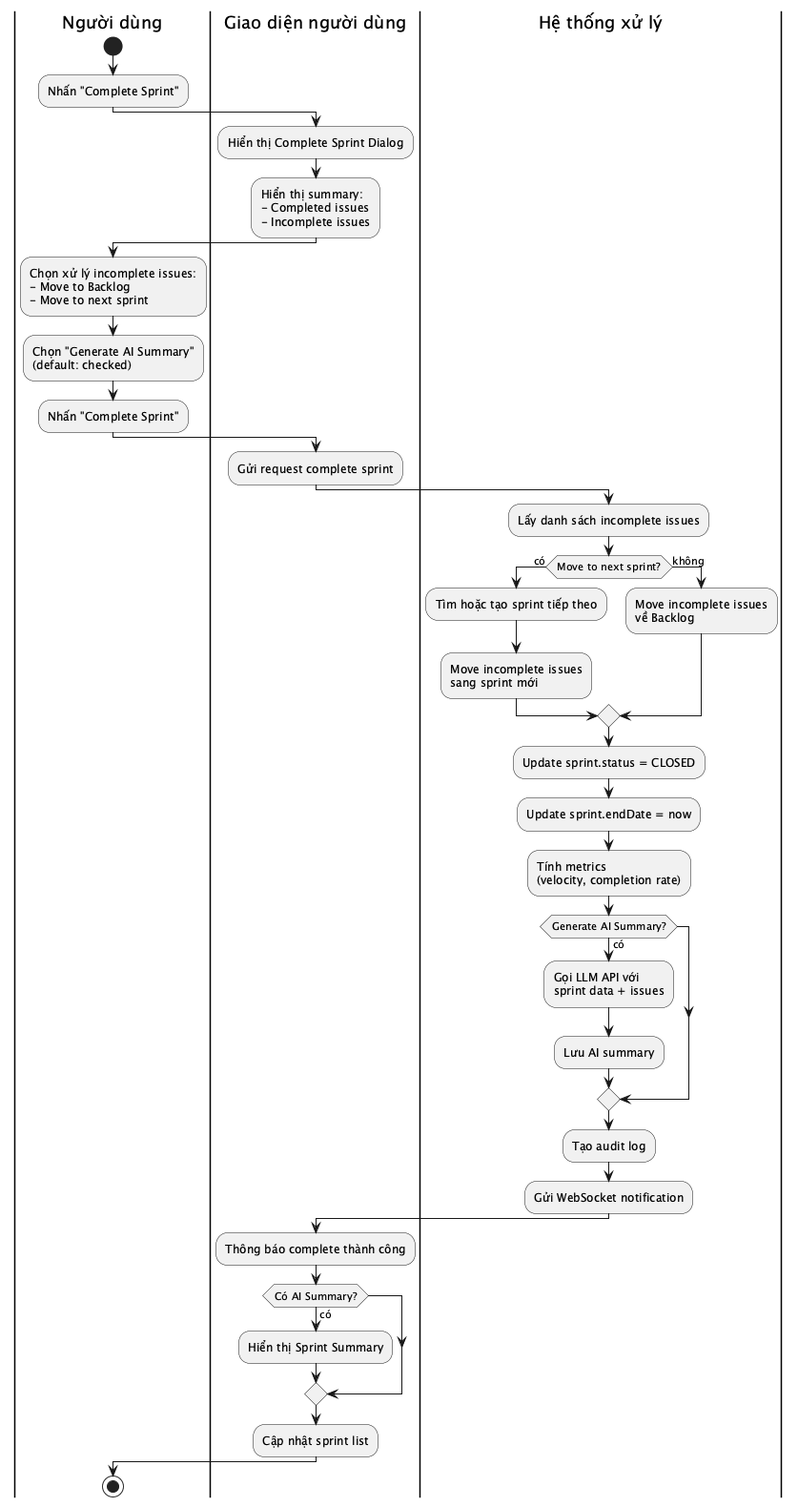
This is reports/dat-examples/report/images/act_complete_sprint.png from toantran292/datn, a PlantUML export, as it was before one commit.
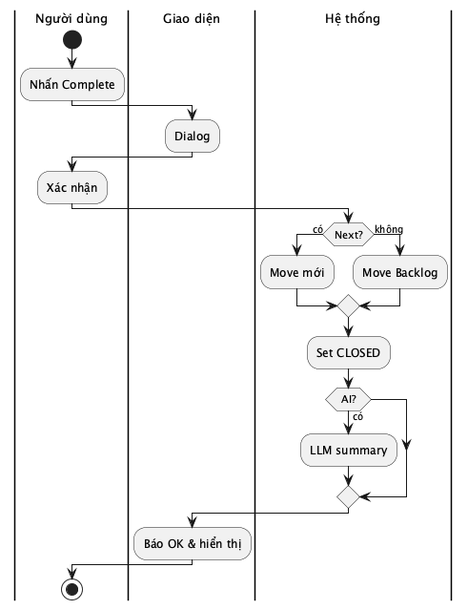
The same file after the commit.

What changed in the source:
```diff
@@ -1,48 +1,34 @@
 @startuml act_complete_sprint
+skinparam defaultFontSize 13
+skinparam activityFontSize 12
+skinparam activityDiamondFontSize 11
+skinparam activityArrowFontSize 10
+skinparam partitionFontSize 13
+
 |Người dùng|
 start
-:Nhấn "Complete Sprint";
-|Giao diện người dùng|
-:Hiển thị Complete Sprint Dialog;
-:Hiển thị summary:
-- Completed issues
-- Incomplete issues;
+:Nhấn Complete;
+
+|Giao diện|
+:Dialog;
+
 |Người dùng|
-:Chọn xử lý incomplete issues:
-- Move to Backlog
-- Move to next sprint;
-:Chọn "Generate AI Summary"
-(default: checked);
-:Nhấn "Complete Sprint";
-|Giao diện người dùng|
-:Gửi request complete sprint;
-|Hệ thống xử lý|
-:Lấy danh sách incomplete issues;
-if (Move to next sprint?) then (có)
-  :Tìm hoặc tạo sprint tiếp theo;
-  :Move incomplete issues
-  sang sprint mới;
+:Xác nhận;
+
+|Hệ thống|
+if (Next?) then (có)
+  :Move mới;
 else (không)
-  :Move incomplete issues
-  về Backlog;
+  :Move Backlog;
 endif
-:Update sprint.status = CLOSED;
-:Update sprint.endDate = now;
-:Tính metrics
-(velocity, completion rate);
-if (Generate AI Summary?) then (có)
-  :Gọi LLM API với
-  sprint data + issues;
-  :Lưu AI summary;
+:Set CLOSED;
+if (AI?) then (có)
+  :LLM summary;
 endif
-:Tạo audit log;
-:Gửi WebSocket notification;
-|Giao diện người dùng|
-:Thông báo complete thành công;
-if (Có AI Summary?) then (có)
-  :Hiển thị Sprint Summary;
-endif
-:Cập nhật sprint list;
+
+|Giao diện|
+:Báo OK & hiển thị;
+
 |Người dùng|
 stop
 @enduml
```
